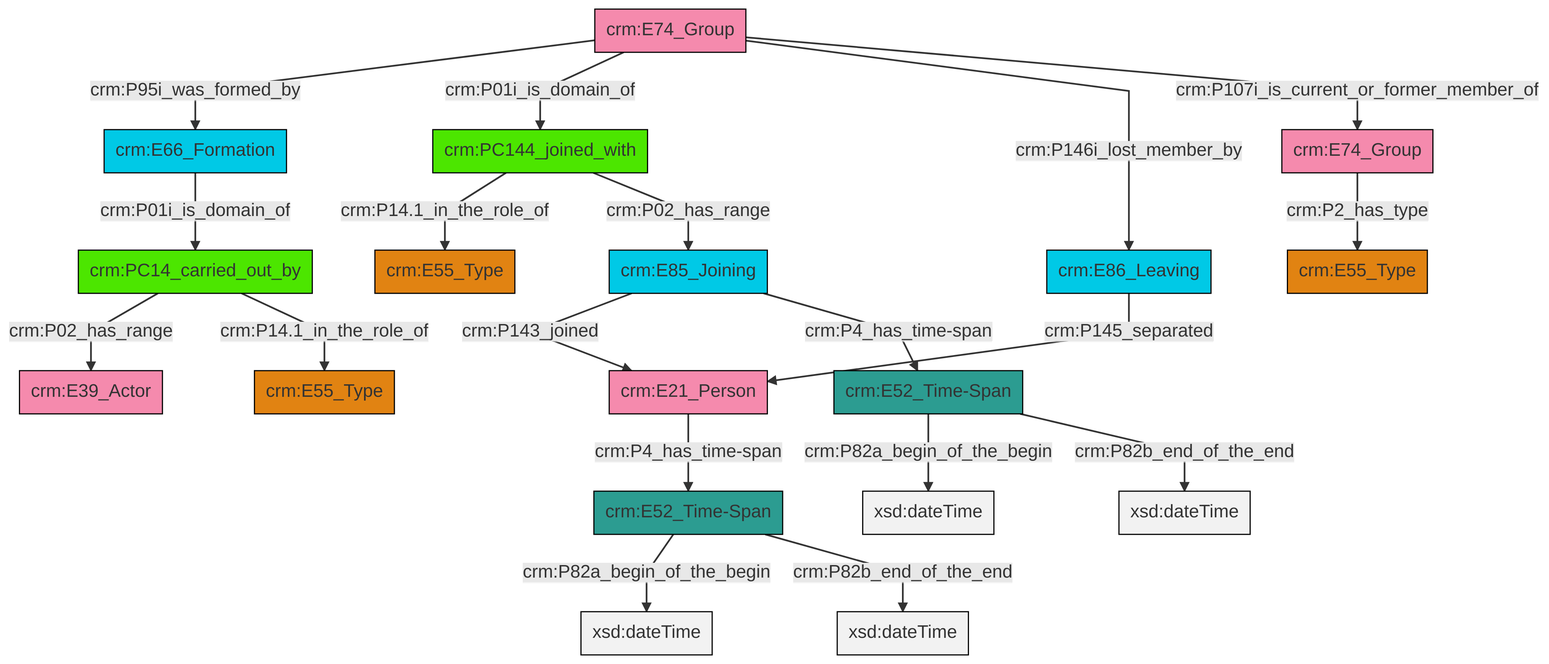
swiss-art-research-net/reference-data-models keeps this Mermaid diagram as et/groupCSV/ttl/mmd/png/group_actor_relations.png. Above is the earlier version. Its source is kept beside it as et/groupCSV/ttl/mmd/group_actor_relations.ttl.mmd.
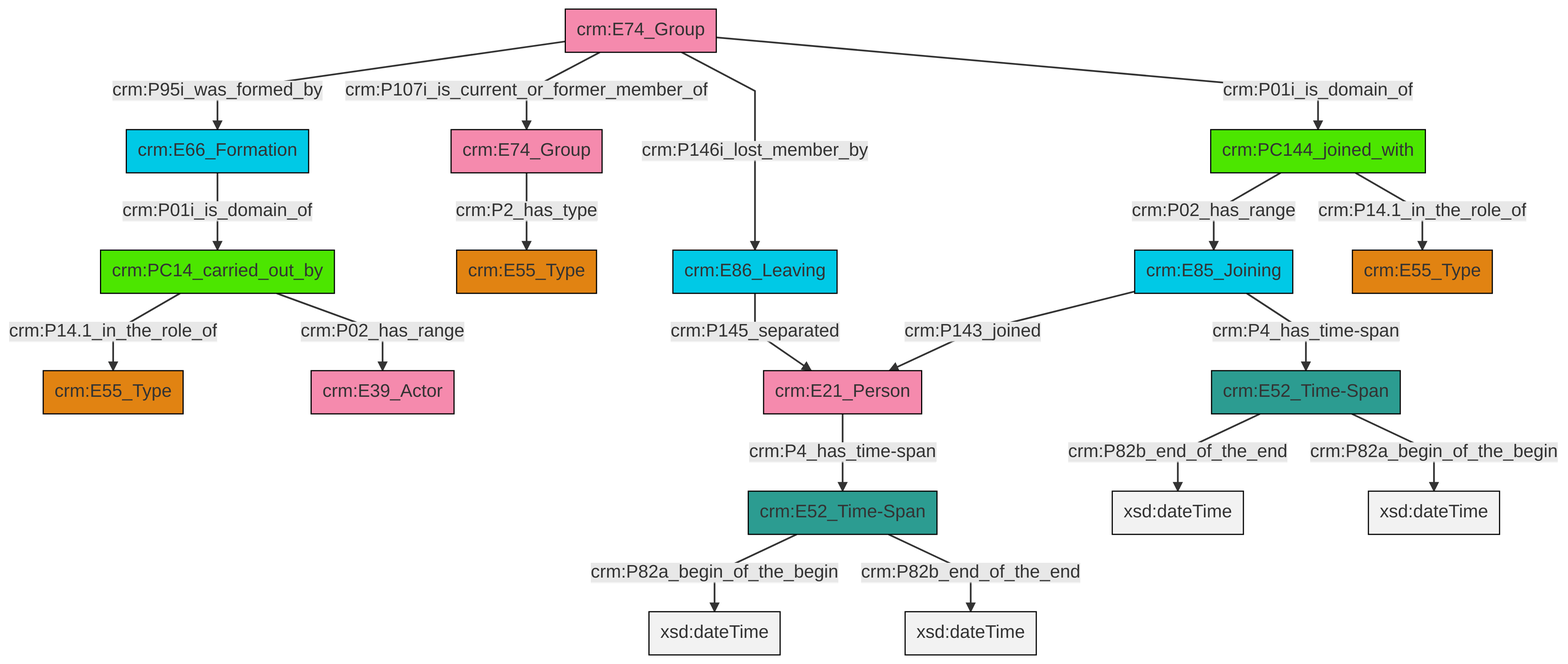
Above is the later version.

What changed in the source:
```diff
@@ -14,20 +14,20 @@
 classDef Multi fill:#cccccc,stroke:#000000;
 
 0["crm:E74_Group"]:::Actor -->|crm:P95i_was_formed_by| 1["crm:E66_Formation"]:::Temporal_Entity
-2["crm:E74_Group"]:::Actor -->|crm:P2_has_type| 3["crm:E55_Type"]:::Type
-5["crm:E52_Time-Span"]:::Time-Span -->|crm:P82a_begin_of_the_begin| 6[xsd:dateTime]:::Literal
-7["crm:PC14_carried_out_by"]:::PC_Classes -->|crm:P02_has_range| 8["crm:E39_Actor"]:::Actor
-5["crm:E52_Time-Span"]:::Time-Span -->|crm:P82b_end_of_the_end| 9[xsd:dateTime]:::Literal
-11["crm:E85_Joining"]:::Temporal_Entity -->|crm:P143_joined| 12["crm:E21_Person"]:::Actor
-1["crm:E66_Formation"]:::Temporal_Entity -->|crm:P01i_is_domain_of| 7["crm:PC14_carried_out_by"]:::PC_Classes
-14["crm:PC144_joined_with"]:::PC_Classes -->|crm:P14.1_in_the_role_of| 15["crm:E55_Type"]:::Type
-0["crm:E74_Group"]:::Actor -->|crm:P01i_is_domain_of| 14["crm:PC144_joined_with"]:::PC_Classes
-0["crm:E74_Group"]:::Actor -->|crm:P146i_lost_member_by| 17["crm:E86_Leaving"]:::Temporal_Entity
-7["crm:PC14_carried_out_by"]:::PC_Classes -->|crm:P14.1_in_the_role_of| 19["crm:E55_Type"]:::Type
-21["crm:E52_Time-Span"]:::Time-Span -->|crm:P82a_begin_of_the_begin| 22[xsd:dateTime]:::Literal
-12["crm:E21_Person"]:::Actor -->|crm:P4_has_time-span| 5["crm:E52_Time-Span"]:::Time-Span
-21["crm:E52_Time-Span"]:::Time-Span -->|crm:P82b_end_of_the_end| 29[xsd:dateTime]:::Literal
-14["crm:PC144_joined_with"]:::PC_Classes -->|crm:P02_has_range| 11["crm:E85_Joining"]:::Temporal_Entity
 0["crm:E74_Group"]:::Actor -->|crm:P107i_is_current_or_former_member_of| 2["crm:E74_Group"]:::Actor
-17["crm:E86_Leaving"]:::Temporal_Entity -->|crm:P145_separated| 12["crm:E21_Person"]:::Actor
-11["crm:E85_Joining"]:::Temporal_Entity -->|crm:P4_has_time-span| 21["crm:E52_Time-Span"]:::Time-Span
+3["crm:E85_Joining"]:::Temporal_Entity -->|crm:P143_joined| 5["crm:E21_Person"]:::Actor
+6["crm:E52_Time-Span"]:::Time-Span -->|crm:P82a_begin_of_the_begin| 7[xsd:dateTime]:::Literal
+10["crm:PC144_joined_with"]:::PC_Classes -->|crm:P02_has_range| 3["crm:E85_Joining"]:::Temporal_Entity
+10["crm:PC144_joined_with"]:::PC_Classes -->|crm:P14.1_in_the_role_of| 13["crm:E55_Type"]:::Type
+14["crm:E52_Time-Span"]:::Time-Span -->|crm:P82b_end_of_the_end| 15[xsd:dateTime]:::Literal
+3["crm:E85_Joining"]:::Temporal_Entity -->|crm:P4_has_time-span| 14["crm:E52_Time-Span"]:::Time-Span
+1["crm:E66_Formation"]:::Temporal_Entity -->|crm:P01i_is_domain_of| 21["crm:PC14_carried_out_by"]:::PC_Classes
+14["crm:E52_Time-Span"]:::Time-Span -->|crm:P82a_begin_of_the_begin| 22[xsd:dateTime]:::Literal
+0["crm:E74_Group"]:::Actor -->|crm:P146i_lost_member_by| 26["crm:E86_Leaving"]:::Temporal_Entity
+6["crm:E52_Time-Span"]:::Time-Span -->|crm:P82b_end_of_the_end| 28[xsd:dateTime]:::Literal
+21["crm:PC14_carried_out_by"]:::PC_Classes -->|crm:P14.1_in_the_role_of| 23["crm:E55_Type"]:::Type
+2["crm:E74_Group"]:::Actor -->|crm:P2_has_type| 18["crm:E55_Type"]:::Type
+0["crm:E74_Group"]:::Actor -->|crm:P01i_is_domain_of| 10["crm:PC144_joined_with"]:::PC_Classes
+26["crm:E86_Leaving"]:::Temporal_Entity -->|crm:P145_separated| 5["crm:E21_Person"]:::Actor
+5["crm:E21_Person"]:::Actor -->|crm:P4_has_time-span| 6["crm:E52_Time-Span"]:::Time-Span
+21["crm:PC14_carried_out_by"]:::PC_Classes -->|crm:P02_has_range| 8["crm:E39_Actor"]:::Actor
```
